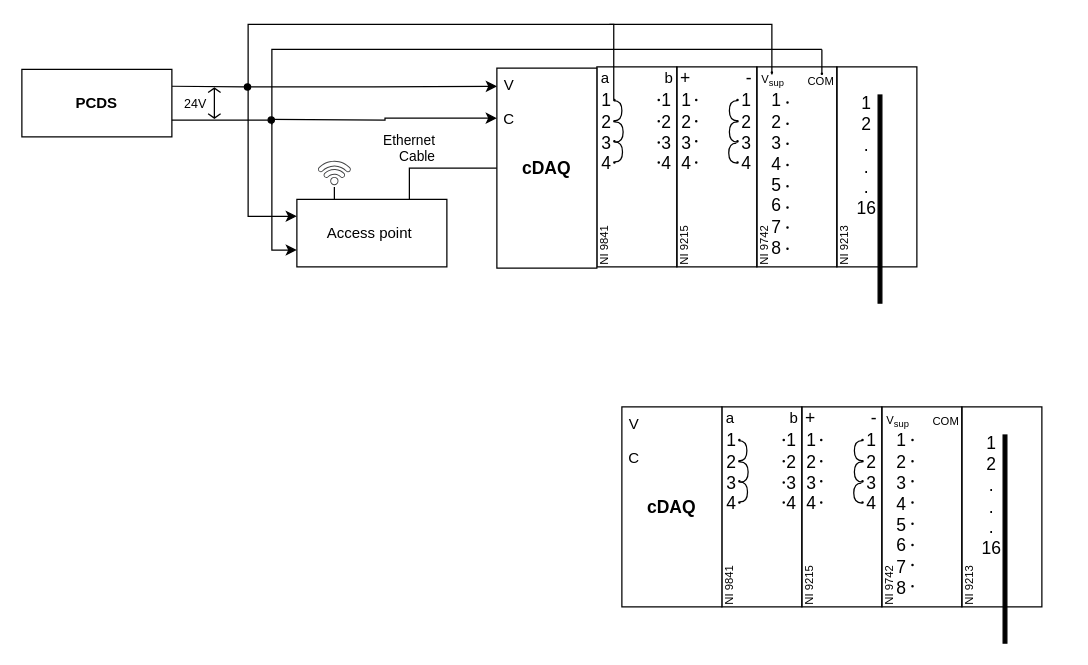
Before: Ele_Layout.drawio in AnuragMTP/Figures-thesis, a draw.io diagram. Source tidied: cells renumbered, new cells numbered last; positions are measured from the earlier drawing's top-left corner, leaving out a move shared by most shapes. Both pictures are drawn from the tidied source at 125%, with x=0, y=0 at pixel (21, 24).
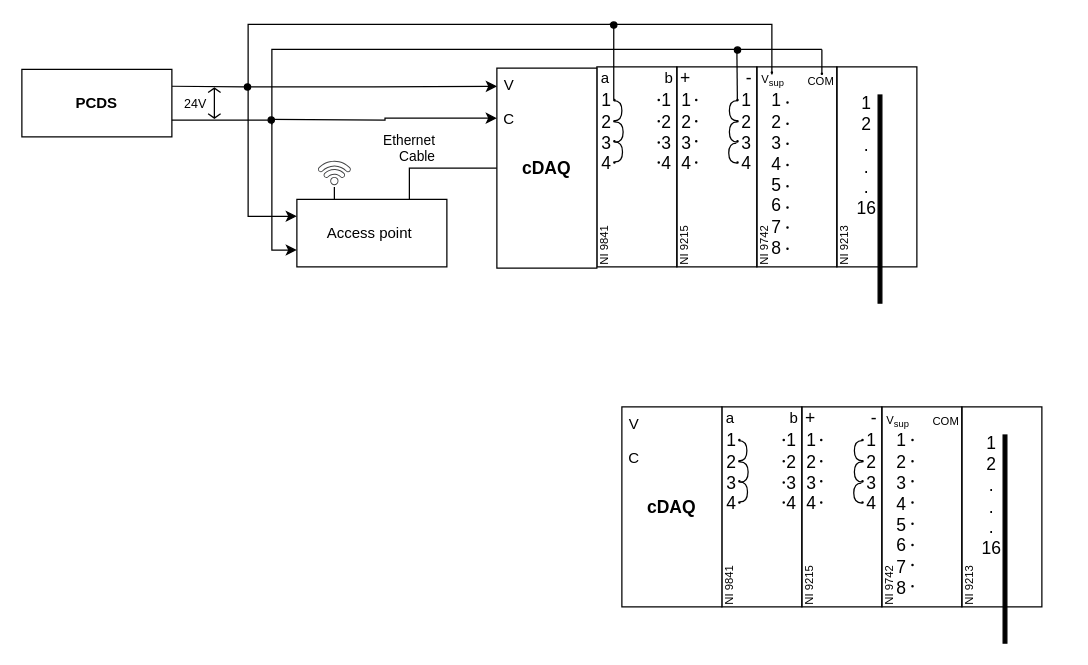
The same diagram, later.

The edit, as a diff of the source:
```diff
@@
+    <mxCell id="199" style="edgeStyle=none;rounded=0;orthogonalLoop=1;jettySize=auto;html=1;exitX=0.301;exitY=1.117;exitDx=0;exitDy=0;fontSize=14;fontColor=none;endArrow=none;endFill=0;exitPerimeter=0;" parent="1" edge="1">
+      <mxGeometry relative="1" as="geometry">
+        <mxPoint x="572.4" y="61.5" as="sourcePoint" />
+        <mxPoint x="572" y="20" as="targetPoint" />
+      </mxGeometry>
+    </mxCell>
+    <mxCell id="200" style="ellipse;whiteSpace=wrap;html=1;fillColor=#000000;" parent="1" vertex="1">
+      <mxGeometry x="570" y="18" width="5" height="5" as="geometry" />
+    </mxCell>
+    <mxCell id="201" style="ellipse;whiteSpace=wrap;html=1;fillColor=#000000;" parent="1" vertex="1">
+      <mxGeometry x="471" y="-2" width="5" height="5" as="geometry" />
+    </mxCell>
```
